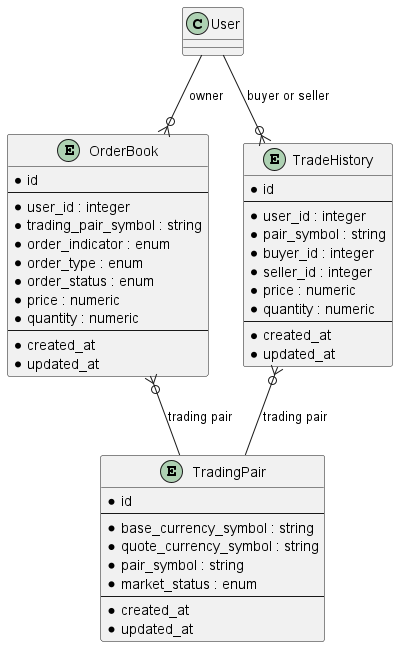
This is design/diagrams/png/Users_OrderBook.png from xemoe/xemoe-exchange-app, a PlantUML export, as it was before one commit. The source it was exported from:
```plantuml
@startuml

entity TradingPair {
    * id
    --
    * base_currency_symbol : string
    * quote_currency_symbol : string
    * pair_symbol : string
    * market_status : enum
    --
    * created_at
    * updated_at
}

entity OrderBook {
    * id
    --
    * user_id : integer
    * trading_pair_symbol : string
    * order_indicator : enum
    * order_type : enum
    * order_status : enum
    * price : numeric
    * quantity : numeric
    --
    * created_at
    * updated_at
}

entity TradeHistory {
    * id
    --
    * user_id : integer
    * pair_symbol : string
    * buyer_id : integer
    * seller_id : integer
    * price : numeric
    * quantity : numeric
    --
    * created_at
    * updated_at
}


User --o{ OrderBook : owner
User --o{ TradeHistory : buyer or seller

OrderBook }o-- TradingPair : trading pair
TradeHistory }o-- TradingPair : trading pair

@enduml
```
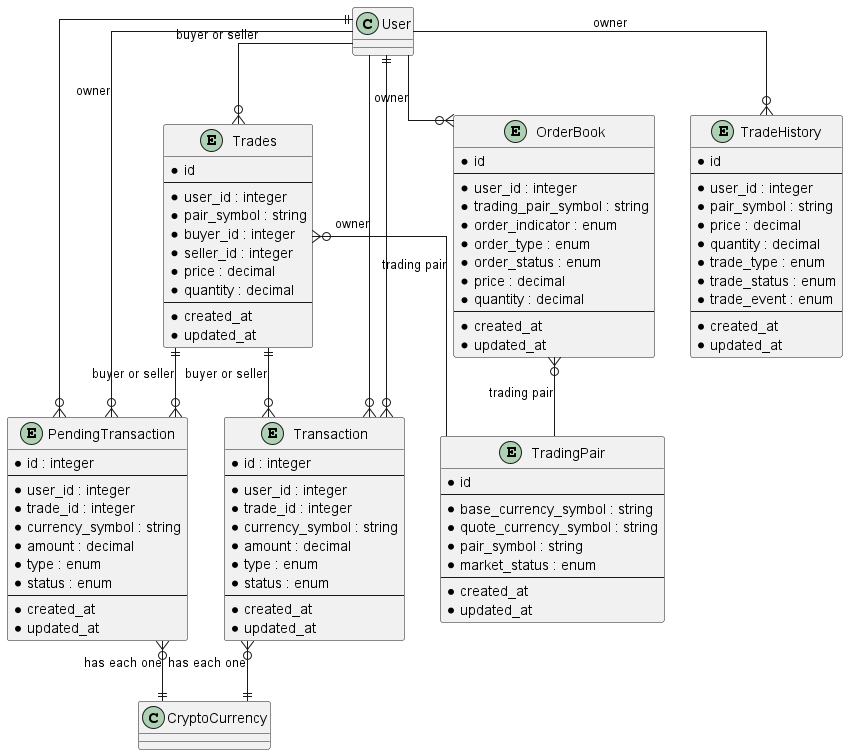
Later version of the same file.

Change to the diagram source:
```diff
@@ -1,4 +1,8 @@
 @startuml
+
+skinparam linetype ortho
+
+!include Users_Transaction.puml
 
 entity TradingPair {
     * id
@@ -20,8 +24,22 @@
     * order_indicator : enum
     * order_type : enum
     * order_status : enum
-    * price : numeric
-    * quantity : numeric
+    * price : decimal
+    * quantity : decimal
+    --
+    * created_at
+    * updated_at
+}
+
+entity Trades {
+    * id
+    --
+    * user_id : integer
+    * pair_symbol : string
+    * buyer_id : integer
+    * seller_id : integer
+    * price : decimal
+    * quantity : decimal
     --
     * created_at
     * updated_at
@@ -32,10 +50,11 @@
     --
     * user_id : integer
     * pair_symbol : string
-    * buyer_id : integer
-    * seller_id : integer
-    * price : numeric
-    * quantity : numeric
+    * price : decimal
+    * quantity : decimal
+    * trade_type : enum
+    * trade_status : enum
+    * trade_event : enum
     --
     * created_at
     * updated_at
@@ -43,9 +62,15 @@
 
 
 User --o{ OrderBook : owner
-User --o{ TradeHistory : buyer or seller
+User --o{ Trades : buyer or seller
+User --o{ TradeHistory : owner
+User --o{ Transaction : owner
+User --o{ PendingTransaction : owner
 
 OrderBook }o-- TradingPair : trading pair
-TradeHistory }o-- TradingPair : trading pair
+Trades }o-- TradingPair : trading pair
+
+Trades ||--o{ Transaction : buyer or seller
+Trades ||--o{ PendingTransaction : buyer or seller
 
 @enduml
```
